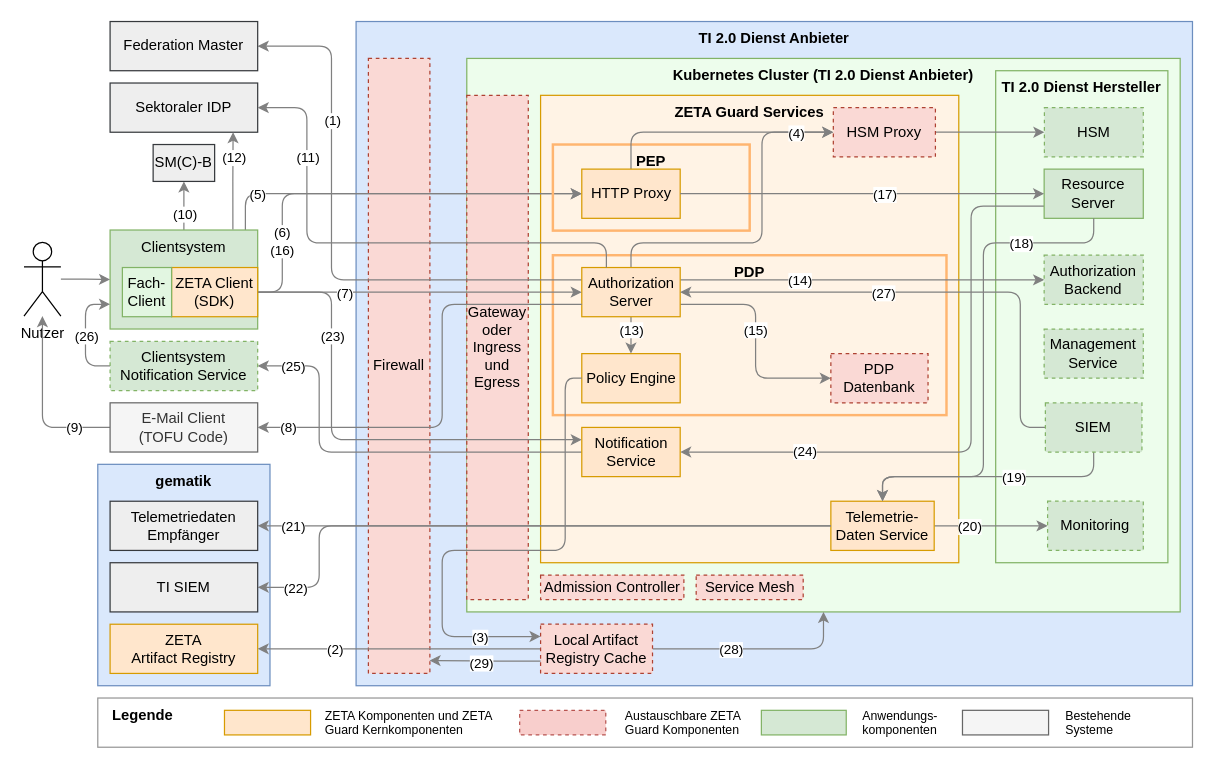
This is src/drawio/Zero-Trust-Architektur.drawio from gematik/zeta, a draw.io file, before an edit. Source tidied: cells renumbered, new cells numbered last; positions are measured from the earlier drawing's top-left corner, leaving out a move shared by most shapes. Both pictures are drawn from the tidied source at 123%, with x=0, y=0 at pixel (23, 21).
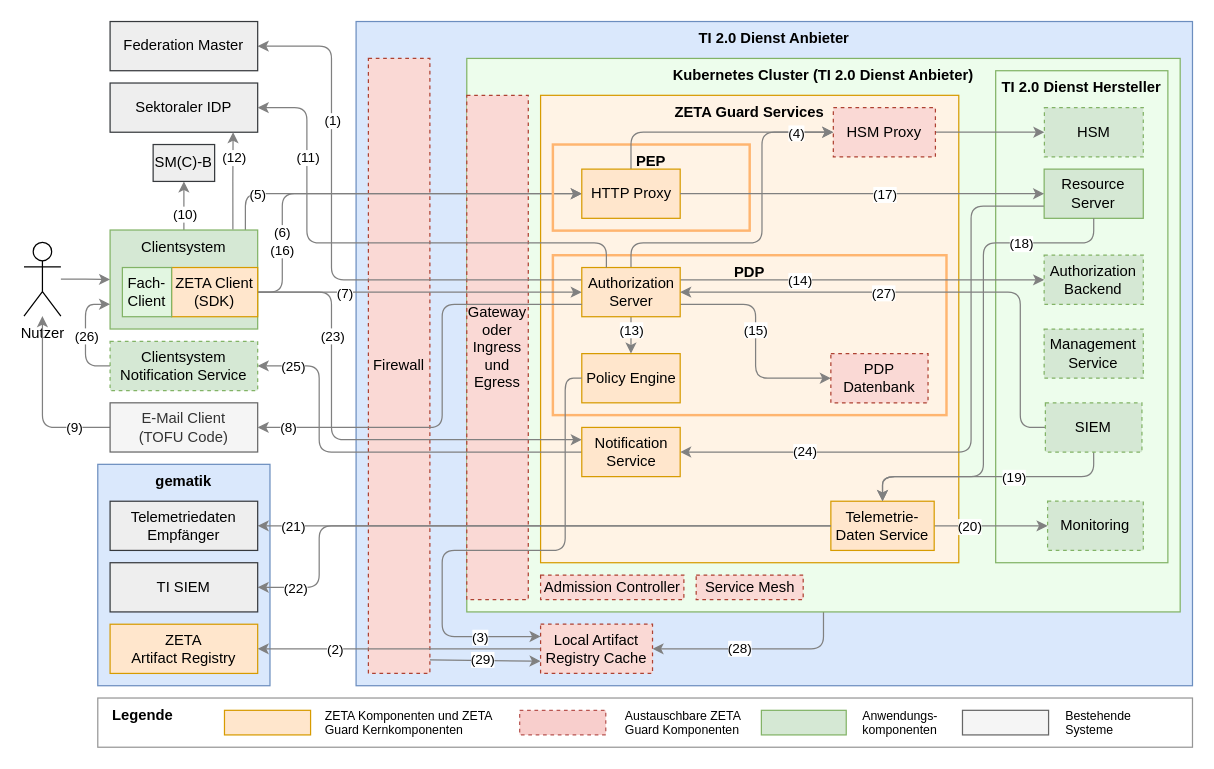
The same diagram, later.

Commit message:
refactor: Reverse direction of edges (28) and (29) and update diagram canvas parameters.

Unchanged cells that the change refers to:
```xml
<mxCell id="3" value="&lt;b&gt;Kubernetes Cluster (&lt;/b&gt;&lt;b&gt;TI 2.0 Dienst Anbieter&lt;/b&gt;&lt;b&gt;)&lt;/b&gt;" style="rounded=0;whiteSpace=wrap;html=1;fillColor=#edfdec;strokeColor=#82b366;align=center;verticalAlign=top;" parent="1" vertex="1">
  <mxGeometry x="360" y="30" width="580" height="450" as="geometry" />
</mxCell>
<mxCell id="7" value="&lt;div&gt;Firewall&lt;/div&gt;" style="rounded=0;whiteSpace=wrap;html=1;verticalAlign=middle;dashed=1;fillColor=#fad9d5;strokeColor=#ae4132;" parent="1" vertex="1">
  <mxGeometry x="280" y="30" width="50" height="500" as="geometry" />
</mxCell>
<mxCell id="102" value="Local Artifact Registry Cache" style="rounded=0;whiteSpace=wrap;html=1;dashed=1;fillColor=#fad9d5;strokeColor=#ae4132;" parent="1" vertex="1">
  <mxGeometry x="420" y="490" width="91" height="40" as="geometry" />
</mxCell>
```

What changed in the source:
```diff
@@
+    <mxCell id="107" style="edgeStyle=orthogonalEdgeStyle;html=1;entryX=1;entryY=0.5;entryDx=0;entryDy=0;strokeColor=#808080;" parent="1" edge="1" source="3" target="102">
+      <mxGeometry relative="1" as="geometry" />
+    </mxCell>
+    <mxCell id="101" value="(28)" style="edgeLabel;html=1;align=center;verticalAlign=middle;" parent="107" vertex="1">
+      <mxGeometry x="0.17" y="-1" relative="1" as="geometry" />
+    </mxCell>
@@
+    <mxCell id="108" style="edgeStyle=none;html=1;entryX=0;entryY=0.75;entryDx=0;entryDy=0;exitX=1;exitY=0.978;exitDx=0;exitDy=0;exitPerimeter=0;strokeColor=#808080;" parent="1" edge="1" source="7" target="102">
+      <mxGeometry relative="1" as="geometry" />
+    </mxCell>
+    <mxCell id="109" value="(29)" style="edgeLabel;html=1;align=center;verticalAlign=middle;" parent="108" vertex="1">
+      <mxGeometry x="-0.07" y="1" relative="1" as="geometry" />
+    </mxCell>
@@
-    <mxCell id="100" style="edgeStyle=orthogonalEdgeStyle;html=1;entryX=0.5;entryY=1;entryDx=0;entryDy=0;strokeColor=#808080;" parent="1" edge="1" source="102" target="3">
-      <mxGeometry relative="1" as="geometry">
-        <Array as="points">
-          <mxPoint x="650" y="510" />
-        </Array>
-      </mxGeometry>
-    </mxCell>
-    <mxCell id="101" value="(28)" style="edgeLabel;html=1;align=center;verticalAlign=middle;" parent="100" vertex="1">
-      <mxGeometry x="-0.26" relative="1" as="geometry" />
-    </mxCell>
@@
-    <mxCell id="105" style="edgeStyle=orthogonalEdgeStyle;html=1;entryX=0.994;entryY=0.979;entryDx=0;entryDy=0;entryPerimeter=0;strokeColor=#808080;exitX=0;exitY=0.75;exitDx=0;exitDy=0;" parent="1" edge="1" source="102" target="7">
-      <mxGeometry relative="1" as="geometry" />
-    </mxCell>
-    <mxCell id="106" value="(29&lt;span style=&quot;background-color: light-dark(#ffffff, var(--ge-dark-color, #121212)); color: light-dark(rgb(0, 0, 0), rgb(255, 255, 255));&quot;&gt;)&lt;/span&gt;" style="edgeLabel;html=1;align=center;verticalAlign=middle;" parent="105" vertex="1">
-      <mxGeometry x="-0.07" y="1" relative="1" as="geometry">
-        <mxPoint x="-7" as="offset" />
-      </mxGeometry>
-    </mxCell>
```
